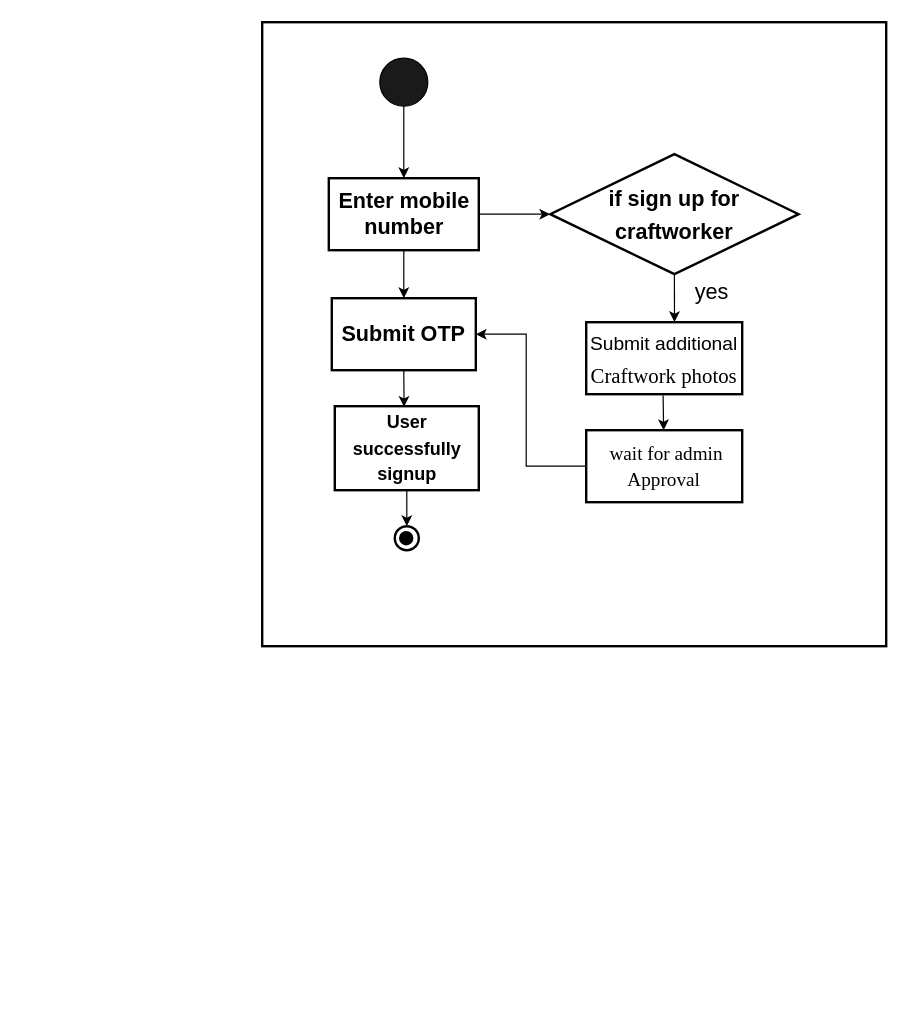
Before: page "Page-1" (1 of 3) of activity_diagram.drawio in Fatema-A-Ferdaus/se231, a draw.io diagram. Source tidied: cells renumbered, new cells numbered last; positions are measured from the earlier drawing's top-left corner, leaving out a move shared by most shapes. Both pictures are drawn from the tidied source at 120%, with x=0, y=0 at pixel (262, 22).
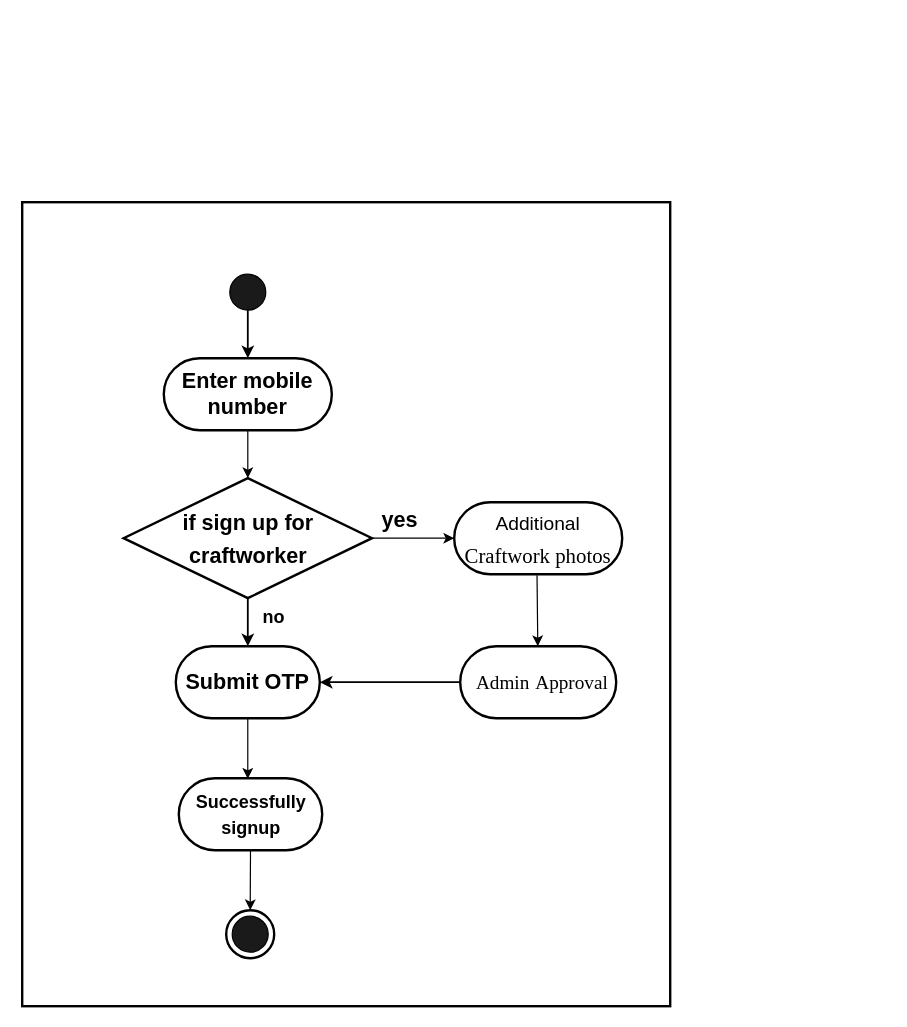
After the change.

Diff of the diagram source:
```diff
@@
     <mxCell id="2" style="ellipse;whiteSpace=wrap;html=1;fillColor=#1A1A1A;" parent="1" vertex="1">
-      <mxGeometry x="98" y="30" width="40" height="40" as="geometry" />
+      <mxGeometry x="-27" y="210" width="30" height="30" as="geometry" />
     </mxCell>
-    <mxCell id="3" value="&lt;b&gt;&lt;font style=&quot;font-size: 18px&quot;&gt;Enter mobile number&lt;/font&gt;&lt;/b&gt;" style="rounded=0;whiteSpace=wrap;html=1;fillColor=none;strokeWidth=2;" parent="1" vertex="1">
-      <mxGeometry x="55.5" y="130" width="125" height="60" as="geometry" />
+    <mxCell id="3" value="&lt;b&gt;&lt;font style=&quot;font-size: 18px&quot;&gt;Enter mobile number&lt;/font&gt;&lt;/b&gt;" style="rounded=1;whiteSpace=wrap;html=1;fillColor=none;strokeWidth=2;arcSize=50;" parent="1" vertex="1">
+      <mxGeometry x="-82" y="280" width="140" height="60" as="geometry" />
     </mxCell>
-    <mxCell id="4" value="&lt;span style=&quot;font-size: 12pt ; font-family: &amp;#34;arial&amp;#34; ; color: rgb(0 , 0 , 0) ; background-color: transparent ; font-weight: 400 ; font-style: normal ; font-variant: normal ; text-decoration: none ; vertical-align: baseline&quot; id=&quot;docs-internal-guid-ce80a6d4-7fff-799b-a1f2-2ecad6a3fb2a&quot;&gt;Submit additional &lt;/span&gt;&lt;span style=&quot;font-size: 13pt ; font-family: &amp;#34;times new roman&amp;#34; ; color: rgb(0 , 0 , 0) ; background-color: transparent ; font-weight: 400 ; font-style: normal ; font-variant: normal ; text-decoration: none ; vertical-align: baseline&quot;&gt;Craftwork photos &lt;/span&gt;" style="rounded=0;whiteSpace=wrap;html=1;fontSize=22;strokeWidth=2;fillColor=none;" parent="1" vertex="1">
-      <mxGeometry x="270" y="250" width="130" height="60" as="geometry" />
+    <mxCell id="4" value="&lt;span style=&quot;font-size: 12pt ; font-family: &amp;#34;arial&amp;#34; ; color: rgb(0 , 0 , 0) ; background-color: transparent ; font-style: normal ; font-variant: normal ; text-decoration: none ; vertical-align: baseline ; font-weight: 400&quot; id=&quot;docs-internal-guid-ce80a6d4-7fff-799b-a1f2-2ecad6a3fb2a&quot;&gt;Additional &lt;/span&gt;&lt;span style=&quot;font-size: 13pt ; font-family: &amp;#34;times new roman&amp;#34; ; color: rgb(0 , 0 , 0) ; background-color: transparent ; font-style: normal ; font-variant: normal ; text-decoration: none ; vertical-align: baseline ; font-weight: 400&quot;&gt;Craftwork photos &lt;/span&gt;" style="rounded=1;whiteSpace=wrap;html=1;fontSize=22;strokeWidth=2;fillColor=none;arcSize=50;" parent="1" vertex="1">
+      <mxGeometry x="160" y="400" width="140" height="60" as="geometry" />
     </mxCell>
     <mxCell id="5" value="&lt;font style=&quot;font-size: 18px&quot;&gt;&lt;b&gt;&lt;font style=&quot;font-size: 18px&quot;&gt;if sign up for craftworker&lt;/font&gt;&lt;/b&gt;&lt;/font&gt;" style="rhombus;whiteSpace=wrap;html=1;fontSize=22;strokeWidth=2;fillColor=none;" parent="1" vertex="1">
-      <mxGeometry x="240" y="110" width="207" height="100" as="geometry" />
+      <mxGeometry x="-115.5" y="380" width="207" height="100" as="geometry" />
     </mxCell>
-    <mxCell id="6" style="endArrow=classic;html=1;rounded=0;fontSize=18;exitX=1;exitY=0.5;exitDx=0;exitDy=0;" parent="1" edge="1" source="3" target="5">
-      <mxGeometry relative="1" as="geometry" />
-    </mxCell>
-    <mxCell id="7" style="endArrow=classic;html=1;rounded=0;fontSize=18;entryX=0.5;entryY=0;entryDx=0;entryDy=0;exitX=0.5;exitY=1;exitDx=0;exitDy=0;" parent="1" edge="1" source="2" target="3">
-      <mxGeometry relative="1" as="geometry" />
-    </mxCell>
-    <mxCell id="8" style="endArrow=classic;html=1;rounded=0;fontSize=18;exitX=0.5;exitY=1;exitDx=0;exitDy=0;entryX=0.566;entryY=-0.002;entryDx=0;entryDy=0;entryPerimeter=0;" parent="1" edge="1" source="5" target="4">
+    <mxCell id="8" style="endArrow=classic;html=1;rounded=0;fontSize=18;exitX=1;exitY=0.5;exitDx=0;exitDy=0;entryX=0;entryY=0.5;entryDx=0;entryDy=0;" parent="1" edge="1" source="5" target="4">
       <mxGeometry relative="1" as="geometry" />
     </mxCell>
-    <mxCell id="9" value="yes" style="text;html=1;strokeColor=none;fillColor=none;align=center;verticalAlign=middle;whiteSpace=wrap;rounded=0;fontSize=18;" parent="1" vertex="1">
-      <mxGeometry x="350" y="210" width="50" height="30" as="geometry" />
+    <mxCell id="9" value="&lt;b&gt;yes&lt;/b&gt;" style="text;html=1;strokeColor=none;fillColor=none;align=center;verticalAlign=middle;whiteSpace=wrap;rounded=0;fontSize=18;" parent="1" vertex="1">
+      <mxGeometry x="90" y="400" width="50" height="30" as="geometry" />
     </mxCell>
-    <mxCell id="10" style="endArrow=classic;html=1;rounded=0;fontSize=18;exitX=0.5;exitY=1;exitDx=0;exitDy=0;" parent="1" edge="1" source="3" target="11">
+    <mxCell id="10" style="endArrow=classic;html=1;rounded=0;fontSize=18;exitX=0.5;exitY=1;exitDx=0;exitDy=0;entryX=0.5;entryY=0;entryDx=0;entryDy=0;" parent="1" edge="1" source="3" target="5">
       <mxGeometry relative="1" as="geometry" />
     </mxCell>
-    <mxCell id="11" value="&lt;b&gt;Submit OTP&lt;/b&gt;" style="rounded=0;whiteSpace=wrap;html=1;fontSize=18;strokeWidth=2;fillColor=none;" parent="1" vertex="1">
-      <mxGeometry x="58" y="230" width="120" height="60" as="geometry" />
+    <mxCell id="11" value="&lt;b&gt;Submit OTP&lt;/b&gt;" style="rounded=1;whiteSpace=wrap;html=1;fontSize=18;strokeWidth=2;fillColor=none;arcSize=50;" parent="1" vertex="1">
+      <mxGeometry x="-72" y="520" width="120" height="60" as="geometry" />
     </mxCell>
@@
-    <mxCell id="13" value="&lt;span style=&quot;font-size: 12pt ; font-family: &amp;#34;times new roman&amp;#34; ; color: rgb(0 , 0 , 0) ; background-color: transparent ; font-weight: 400 ; font-style: normal ; font-variant: normal ; text-decoration: none ; vertical-align: baseline&quot; id=&quot;docs-internal-guid-46d22cc2-7fff-02d5-9dc0-b9b2e46904f9&quot;&gt;&amp;nbsp;wait for admin&lt;/span&gt; &lt;span style=&quot;font-size: 12pt ; font-family: &amp;#34;times new roman&amp;#34; ; color: rgb(0 , 0 , 0) ; background-color: transparent ; font-weight: 400 ; font-style: normal ; font-variant: normal ; text-decoration: none ; vertical-align: baseline&quot; id=&quot;docs-internal-guid-46d22cc2-7fff-02d5-9dc0-b9b2e46904f9&quot;&gt;Approval&lt;/span&gt;" style="rounded=0;whiteSpace=wrap;html=1;fontSize=18;strokeWidth=2;fillColor=none;" parent="1" vertex="1">
-      <mxGeometry x="270" y="340" width="130" height="60" as="geometry" />
+    <mxCell id="13" value="&lt;span style=&quot;font-size: 12pt ; font-family: &amp;#34;times new roman&amp;#34; ; color: rgb(0 , 0 , 0) ; background-color: transparent ; font-weight: 400 ; font-style: normal ; font-variant: normal ; text-decoration: none ; vertical-align: baseline&quot; id=&quot;docs-internal-guid-46d22cc2-7fff-02d5-9dc0-b9b2e46904f9&quot;&gt;&amp;nbsp; Admin&lt;/span&gt; &lt;span style=&quot;font-size: 12pt ; font-family: &amp;#34;times new roman&amp;#34; ; color: rgb(0 , 0 , 0) ; background-color: transparent ; font-weight: 400 ; font-style: normal ; font-variant: normal ; text-decoration: none ; vertical-align: baseline&quot; id=&quot;docs-internal-guid-46d22cc2-7fff-02d5-9dc0-b9b2e46904f9&quot;&gt;Approval&lt;/span&gt;" style="rounded=1;whiteSpace=wrap;html=1;fontSize=18;strokeWidth=2;fillColor=none;arcSize=50;" parent="1" vertex="1">
+      <mxGeometry x="165" y="520" width="130" height="60" as="geometry" />
     </mxCell>
-    <mxCell id="14" style="endArrow=classic;html=1;rounded=0;fontSize=18;exitX=0;exitY=0.5;exitDx=0;exitDy=0;entryX=1;entryY=0.5;entryDx=0;entryDy=0;" parent="1" edge="1" source="13" target="11">
-      <mxGeometry relative="1" as="geometry">
-        <Array as="points">
-          <mxPoint x="220" y="370" />
-          <mxPoint x="220" y="260" />
-        </Array>
-      </mxGeometry>
-    </mxCell>
-    <mxCell id="15" value="&lt;font size=&quot;1&quot;&gt;&lt;b style=&quot;font-size: 15px&quot;&gt;User successfully signup&lt;/b&gt;&lt;/font&gt;" style="rounded=0;whiteSpace=wrap;html=1;fontSize=18;strokeWidth=2;fillColor=none;" parent="1" vertex="1">
-      <mxGeometry x="60.5" y="320" width="120" height="70" as="geometry" />
+    <mxCell id="15" value="&lt;font size=&quot;1&quot;&gt;&lt;b style=&quot;font-size: 15px&quot;&gt;Successfully signup&lt;/b&gt;&lt;/font&gt;" style="rounded=1;whiteSpace=wrap;html=1;fontSize=18;strokeWidth=2;fillColor=none;arcSize=50;" parent="1" vertex="1">
+      <mxGeometry x="-69.5" y="630" width="119.5" height="60" as="geometry" />
     </mxCell>
@@
     <mxCell id="18" style="ellipse;whiteSpace=wrap;html=1;fontSize=15;strokeWidth=2;fillColor=none;" parent="1" vertex="1">
-      <mxGeometry x="110.5" y="420" width="20" height="20" as="geometry" />
+      <mxGeometry x="-30" y="740" width="40" height="40" as="geometry" />
     </mxCell>
-    <mxCell id="19" style="ellipse;whiteSpace=wrap;html=1;fontSize=15;strokeWidth=2;fillColor=#000000;strokeColor=#000000;" parent="1" vertex="1">
-      <mxGeometry x="115" y="425" width="10" height="10" as="geometry" />
-    </mxCell>
-    <mxCell id="20" style="whiteSpace=wrap;html=1;fontSize=15;strokeColor=#000000;strokeWidth=2;fillColor=none;" parent="1" vertex="1">
-      <mxGeometry width="520" height="520" as="geometry" />
-    </mxCell>
+    <mxCell id="7" style="endArrow=classic;html=1;rounded=0;fontSize=15;strokeWidth=1.5;exitX=0.5;exitY=1;exitDx=0;exitDy=0;entryX=0.5;entryY=0;entryDx=0;entryDy=0;" parent="1" edge="1" source="2" target="3">
+      <mxGeometry relative="1" as="geometry" />
+    </mxCell>
+    <mxCell id="21" style="endArrow=classic;html=1;rounded=0;fontSize=15;strokeWidth=1.5;exitX=0.5;exitY=1;exitDx=0;exitDy=0;entryX=0.5;entryY=0;entryDx=0;entryDy=0;" parent="1" edge="1" source="5" target="11">
+      <mxGeometry relative="1" as="geometry" />
+    </mxCell>
+    <mxCell id="14" style="endArrow=classic;html=1;rounded=0;fontSize=15;strokeWidth=1.5;entryX=1;entryY=0.5;entryDx=0;entryDy=0;exitX=0;exitY=0.5;exitDx=0;exitDy=0;" parent="1" edge="1" source="13" target="11">
+      <mxGeometry relative="1" as="geometry" />
+    </mxCell>
+    <mxCell id="22" style="ellipse;whiteSpace=wrap;html=1;fillColor=#1A1A1A;" parent="1" vertex="1">
+      <mxGeometry x="-25" y="745" width="30" height="30" as="geometry" />
+    </mxCell>
+    <mxCell id="23" value="&lt;b&gt;no&lt;/b&gt;" style="text;html=1;strokeColor=none;fillColor=none;align=center;verticalAlign=middle;whiteSpace=wrap;rounded=0;fontSize=15;" parent="1" vertex="1">
+      <mxGeometry x="-20" y="480" width="60" height="30" as="geometry" />
+    </mxCell>
+    <mxCell id="24" style="rounded=0;whiteSpace=wrap;html=1;fontSize=15;fillColor=none;strokeWidth=2;" parent="1" vertex="1">
+      <mxGeometry x="-200" y="150" width="540" height="670" as="geometry" />
+    </mxCell>
```
